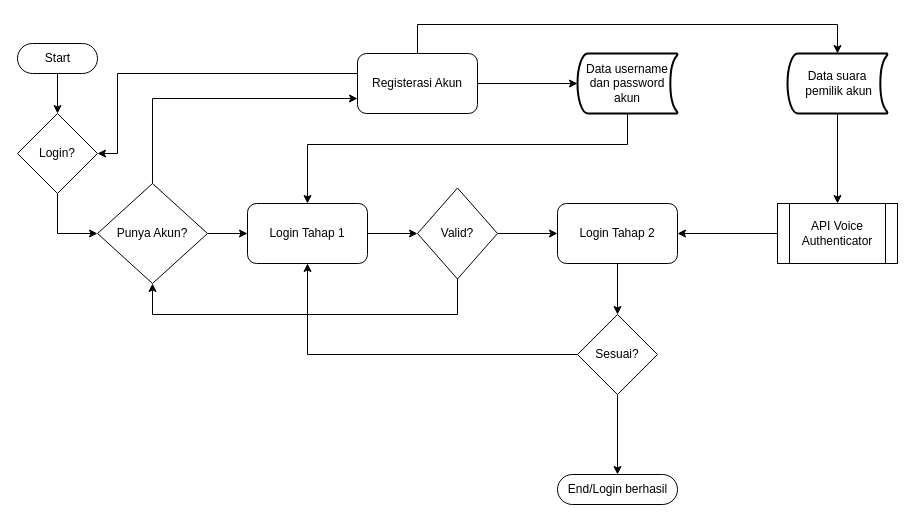
Above: Alur sistem login.drawio in karageee/Login-system-and-gmm-voice-auth (draw.io), before the change. Source tidied: cells renumbered, new cells numbered last; positions are measured from the earlier drawing's top-left corner, leaving out a move shared by most shapes. Both pictures are drawn from the tidied source at 100%, with x=0, y=0 at pixel (17, 24).
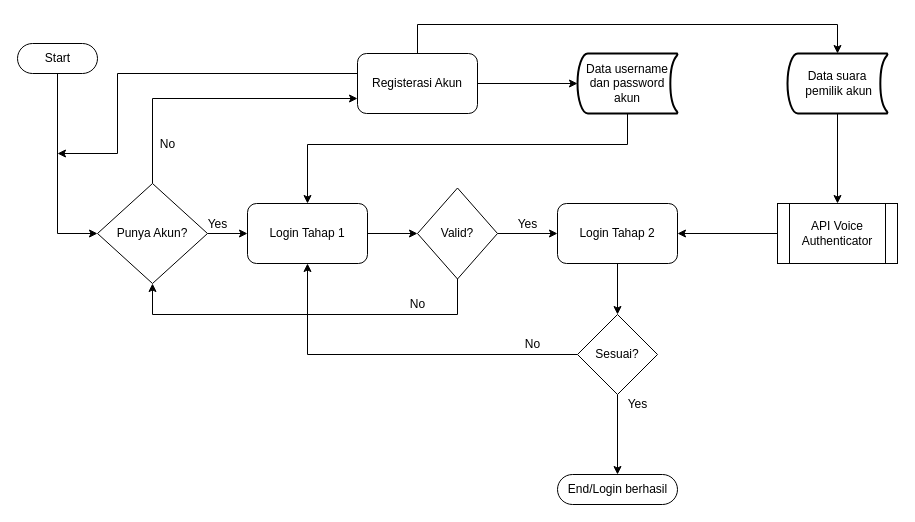
Above is the later version.

The change refers to these unchanged cells:
```xml
<mxCell id="3" value="Start" style="html=1;dashed=0;whitespace=wrap;shape=mxgraph.dfd.start;" parent="1" vertex="1">
  <mxGeometry y="19" width="80" height="30" as="geometry" />
</mxCell>
<mxCell id="8" value="Punya Akun?" style="rhombus;whiteSpace=wrap;html=1;" parent="1" vertex="1">
  <mxGeometry x="80" y="159" width="110" height="100" as="geometry" />
</mxCell>
<mxCell id="12" value="Registerasi Akun" style="rounded=1;whiteSpace=wrap;html=1;" parent="1" vertex="1">
  <mxGeometry x="340" y="29" width="120" height="60" as="geometry" />
</mxCell>
```

Diff of the diagram source:
```diff
@@
-    <mxCell id="2" style="edgeStyle=orthogonalEdgeStyle;rounded=0;jettySize=auto;html=1;entryX=0.5;entryY=0;entryDx=0;entryDy=0;" parent="1" edge="1" source="3" target="5">
+    <mxCell id="2" style="edgeStyle=orthogonalEdgeStyle;rounded=0;jettySize=auto;html=1;entryX=0;entryY=0.5;entryDx=0;entryDy=0;" parent="1" edge="1" source="3" target="8">
       <mxGeometry relative="1" as="geometry" />
     </mxCell>
@@
-    <mxCell id="4" style="edgeStyle=orthogonalEdgeStyle;rounded=0;jettySize=auto;html=1;entryX=0;entryY=0.5;entryDx=0;entryDy=0;exitX=0.5;exitY=1;exitDx=0;exitDy=0;" parent="1" edge="1" source="5" target="8">
-      <mxGeometry relative="1" as="geometry" />
-    </mxCell>
-    <mxCell id="5" value="Login?" style="rhombus;whiteSpace=wrap;html=1;" parent="1" vertex="1">
-      <mxGeometry y="89" width="80" height="80" as="geometry" />
-    </mxCell>
@@
-    <mxCell id="9" style="edgeStyle=orthogonalEdgeStyle;rounded=0;jettySize=auto;html=1;entryX=1;entryY=0.5;entryDx=0;entryDy=0;" parent="1" edge="1" source="12" target="5">
+    <mxCell id="9" style="edgeStyle=orthogonalEdgeStyle;rounded=0;jettySize=auto;html=1;" parent="1" edge="1" source="12">
       <mxGeometry relative="1" as="geometry">
+        <mxPoint x="40" y="129" as="targetPoint" />
         <Array as="points">
           <mxPoint x="100" y="49" />
           <mxPoint x="100" y="129" />
         </Array>
       </mxGeometry>
     </mxCell>
@@
+    <mxCell id="30" value="Yes" style="text;html=1;align=center;verticalAlign=middle;" parent="1" vertex="1">
+      <mxGeometry x="180" y="190" width="40" height="20" as="geometry" />
+    </mxCell>
+    <mxCell id="31" value="No" style="text;html=1;align=center;verticalAlign=middle;" parent="1" vertex="1">
+      <mxGeometry x="385" y="270" width="30" height="20" as="geometry" />
+    </mxCell>
+    <mxCell id="32" value="Yes" style="text;html=1;align=center;verticalAlign=middle;" parent="1" vertex="1">
+      <mxGeometry x="490" y="190" width="40" height="20" as="geometry" />
+    </mxCell>
+    <mxCell id="33" value="No" style="text;html=1;align=center;verticalAlign=middle;" parent="1" vertex="1">
+      <mxGeometry x="135" y="110" width="30" height="20" as="geometry" />
+    </mxCell>
+    <mxCell id="34" value="Yes" style="text;html=1;align=center;verticalAlign=middle;" parent="1" vertex="1">
+      <mxGeometry x="600" y="370" width="40" height="20" as="geometry" />
+    </mxCell>
+    <mxCell id="35" value="No" style="text;html=1;align=center;verticalAlign=middle;" parent="1" vertex="1">
+      <mxGeometry x="500" y="310" width="30" height="20" as="geometry" />
+    </mxCell>
```
